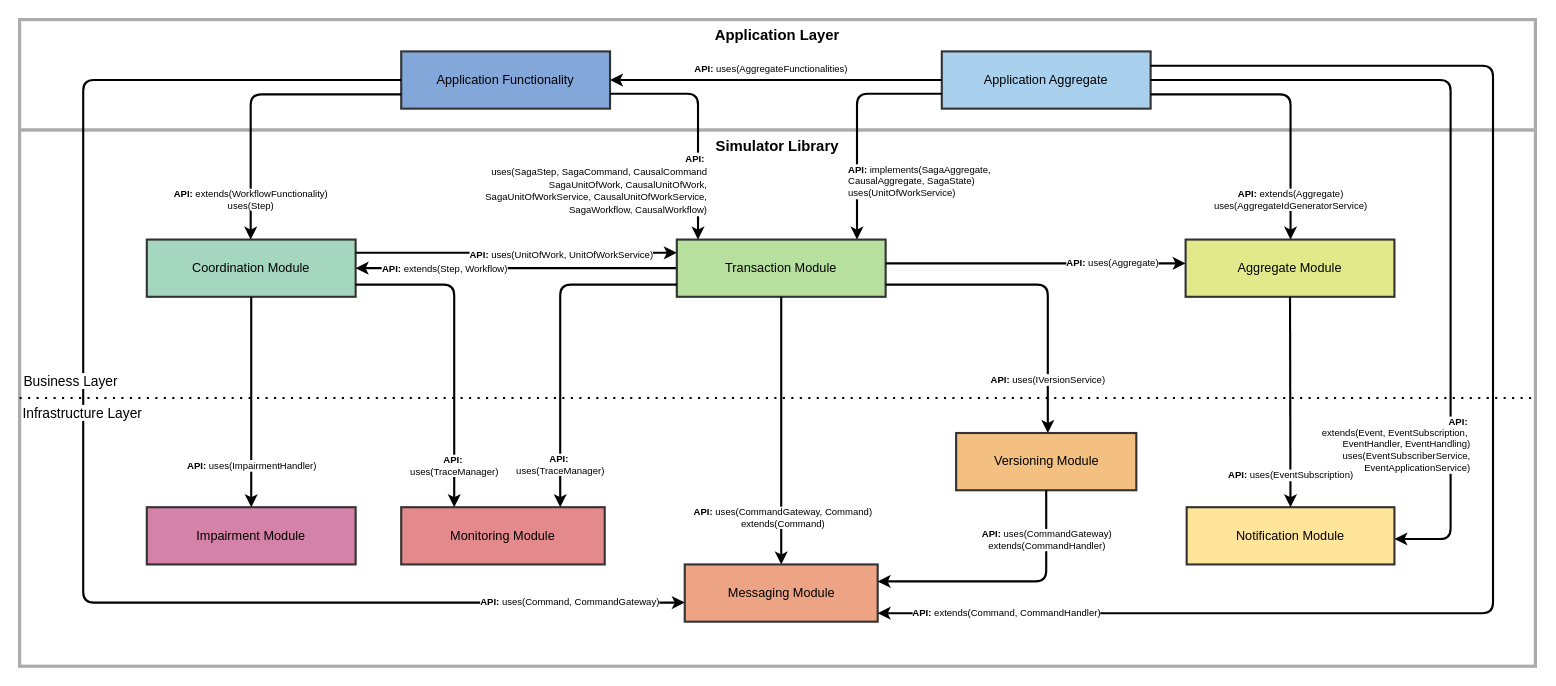
This is data/figs/architecture/layers/layers_with_apis_extends_uses.drawio from socialsoftware/microservices-simulator, a draw.io file, before an edit. Source tidied: cells renumbered, new cells numbered last; positions are measured from the earlier drawing's top-left corner, leaving out a move shared by most shapes. Both pictures are drawn from the tidied source at 106%, with x=0, y=0 at pixel (19, 19).
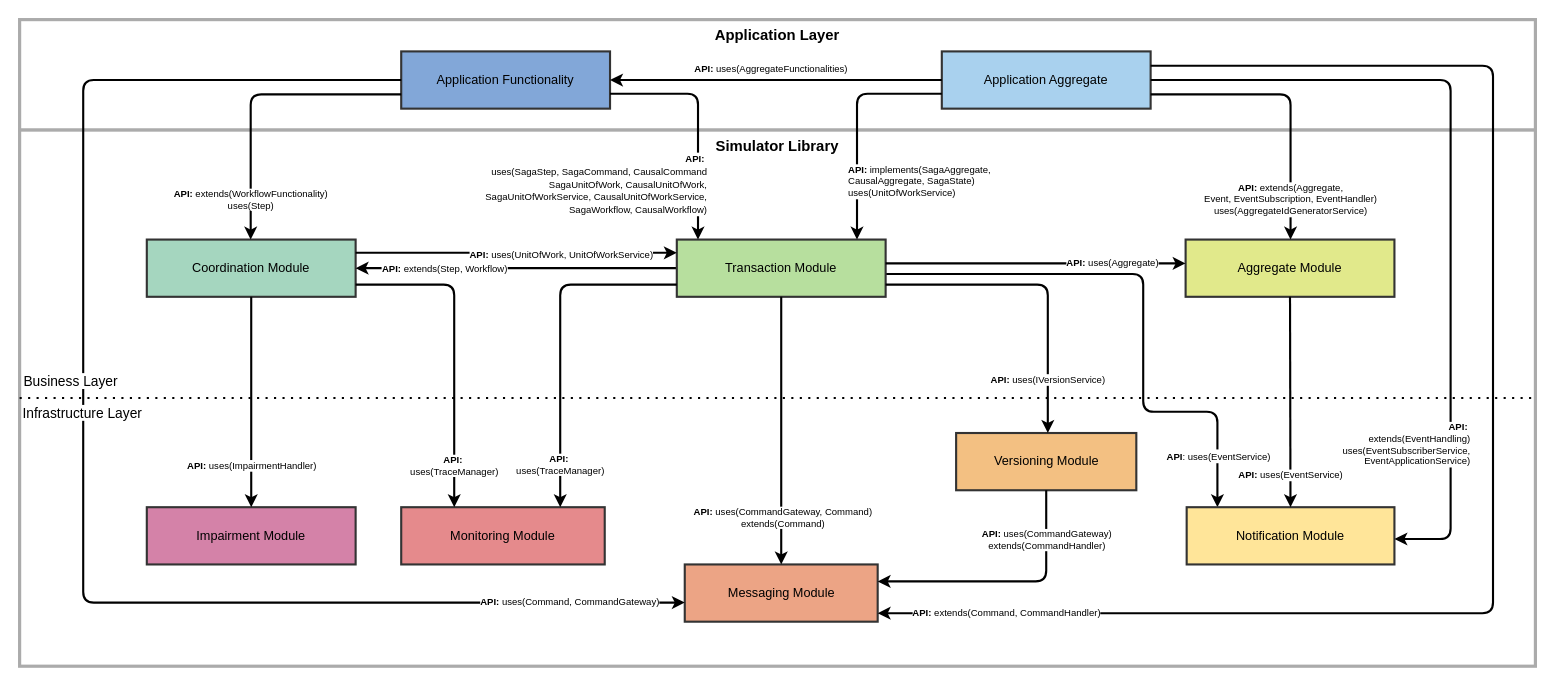
The same page after the edit.

The change refers to these unchanged cells:
```xml
<mxCell id="5" value="Application Aggregate" style="whiteSpace=wrap;strokeWidth=2;fillColor=#A9D1EE;strokeColor=#333333;labelBackgroundColor=none;labelBorderColor=none;textShadow=0;" parent="1" vertex="1">
  <mxGeometry x="870" y="30" width="197" height="54" as="geometry" />
</mxCell>
<mxCell id="9" value="Transaction Module" style="whiteSpace=wrap;strokeWidth=2;fillColor=#B7DF9E;strokeColor=#333333;labelBackgroundColor=none;labelBorderColor=none;textShadow=0;" parent="1" vertex="1">
  <mxGeometry x="620" y="207.5" width="197" height="54" as="geometry" />
</mxCell>
<mxCell id="10" value="Aggregate Module" style="whiteSpace=wrap;strokeWidth=2;fillColor=#E1E98B;strokeColor=#333333;labelBackgroundColor=none;labelBorderColor=none;textShadow=0;" parent="1" vertex="1">
  <mxGeometry x="1100" y="207.5" width="197" height="54" as="geometry" />
</mxCell>
<mxCell id="14" value="Notification Module" style="whiteSpace=wrap;strokeWidth=2;fillColor=#FFE599;strokeColor=#333333;labelBackgroundColor=none;labelBorderColor=none;textShadow=0;" parent="1" vertex="1">
  <mxGeometry x="1101" y="460" width="196" height="54" as="geometry" />
</mxCell>
```

Diff of the diagram source:
```diff
@@
+    <mxCell id="37" style="edgeStyle=orthogonalEdgeStyle;rounded=1;jettySize=auto;html=1;curved=0;strokeWidth=2;" parent="1" edge="1" source="9" target="14">
+      <mxGeometry relative="1" as="geometry">
+        <Array as="points">
+          <mxPoint x="1060" y="240" />
+          <mxPoint x="1060" y="370" />
+          <mxPoint x="1130" y="370" />
+        </Array>
+      </mxGeometry>
+    </mxCell>
+    <mxCell id="38" value="&lt;font style=&quot;font-size: 9px;&quot;&gt;&lt;b&gt;API&lt;/b&gt;: uses(EventService)&lt;/font&gt;" style="edgeLabel;html=1;align=center;verticalAlign=middle;" parent="37" vertex="1">
+      <mxGeometry x="0.78" relative="1" as="geometry">
+        <mxPoint y="10" as="offset" />
+      </mxGeometry>
+    </mxCell>
@@
-    <mxCell id="20" value="&lt;div style=&quot;&quot;&gt;&lt;b style=&quot;color: light-dark(rgb(0, 0, 0), rgb(255, 255, 255));&quot;&gt;API:&lt;/b&gt;&lt;span style=&quot;background-color: light-dark(#ffffff, var(--ge-dark-color, #121212)); color: light-dark(rgb(0, 0, 0), rgb(255, 255, 255));&quot;&gt;&amp;nbsp;&lt;/span&gt;&lt;/div&gt;&lt;div style=&quot;&quot;&gt;&lt;span style=&quot;background-color: light-dark(#ffffff, var(--ge-dark-color, #121212)); color: light-dark(rgb(0, 0, 0), rgb(255, 255, 255));&quot;&gt;extends(Event, EventSubscription,&amp;nbsp;&lt;/span&gt;&lt;/div&gt;&lt;div style=&quot;&quot;&gt;&lt;span style=&quot;background-color: light-dark(#ffffff, var(--ge-dark-color, #121212)); color: light-dark(rgb(0, 0, 0), rgb(255, 255, 255));&quot;&gt;EventHandler, EventHandling)&lt;/span&gt;&lt;/div&gt;&lt;div style=&quot;&quot;&gt;&lt;span style=&quot;background-color: light-dark(#ffffff, var(--ge-dark-color, #121212)); color: light-dark(rgb(0, 0, 0), rgb(255, 255, 255));&quot;&gt;uses(&lt;/span&gt;&lt;span style=&quot;background-color: light-dark(#ffffff, var(--ge-dark-color, #121212)); color: light-dark(rgb(0, 0, 0), rgb(255, 255, 255));&quot;&gt;EventSubscriberService,&lt;/span&gt;&lt;/div&gt;&lt;div style=&quot;&quot;&gt;&lt;span style=&quot;background-color: light-dark(#ffffff, var(--ge-dark-color, #121212)); color: light-dark(rgb(0, 0, 0), rgb(255, 255, 255));&quot;&gt;EventApplicationService)&lt;/span&gt;&lt;/div&gt;" style="startArrow=none;endArrow=classic;rounded=1;flowAnimation=0;shadow=0;jumpStyle=arc;edgeStyle=orthogonalEdgeStyle;endFill=1;strokeWidth=2;exitX=1;exitY=0.5;exitDx=0;exitDy=0;fontSize=9;html=1;align=right;" parent="1" edge="1" source="5" target="14">
+    <mxCell id="20" value="&lt;div style=&quot;&quot;&gt;&lt;b style=&quot;color: light-dark(rgb(0, 0, 0), rgb(255, 255, 255));&quot;&gt;API:&lt;/b&gt;&lt;span style=&quot;background-color: light-dark(#ffffff, var(--ge-dark-color, #121212)); color: light-dark(rgb(0, 0, 0), rgb(255, 255, 255));&quot;&gt;&amp;nbsp;&lt;/span&gt;&lt;/div&gt;&lt;div style=&quot;&quot;&gt;&lt;span style=&quot;background-color: light-dark(#ffffff, var(--ge-dark-color, #121212)); color: light-dark(rgb(0, 0, 0), rgb(255, 255, 255));&quot;&gt;extends(&lt;/span&gt;&lt;span style=&quot;background-color: light-dark(#ffffff, var(--ge-dark-color, #121212)); color: light-dark(rgb(0, 0, 0), rgb(255, 255, 255));&quot;&gt;EventHandling)&lt;/span&gt;&lt;/div&gt;&lt;div style=&quot;&quot;&gt;&lt;span style=&quot;background-color: light-dark(#ffffff, var(--ge-dark-color, #121212)); color: light-dark(rgb(0, 0, 0), rgb(255, 255, 255));&quot;&gt;uses(&lt;/span&gt;&lt;span style=&quot;background-color: light-dark(#ffffff, var(--ge-dark-color, #121212)); color: light-dark(rgb(0, 0, 0), rgb(255, 255, 255));&quot;&gt;EventSubscriberService,&lt;/span&gt;&lt;/div&gt;&lt;div style=&quot;&quot;&gt;&lt;span style=&quot;background-color: light-dark(#ffffff, var(--ge-dark-color, #121212)); color: light-dark(rgb(0, 0, 0), rgb(255, 255, 255));&quot;&gt;EventApplicationService)&lt;/span&gt;&lt;/div&gt;" style="startArrow=none;endArrow=classic;rounded=1;flowAnimation=0;shadow=0;jumpStyle=arc;edgeStyle=orthogonalEdgeStyle;endFill=1;strokeWidth=2;exitX=1;exitY=0.5;exitDx=0;exitDy=0;fontSize=9;html=1;align=right;" parent="1" edge="1" source="5" target="14">
       <mxGeometry x="0.63" y="20" relative="1" as="geometry">
         <Array as="points">
           <mxPoint x="1350" y="57" />
           <mxPoint x="1350" y="490" />
         </Array>
       </mxGeometry>
     </mxCell>
@@
-    <mxCell id="22" value="&lt;b&gt;API:&lt;/b&gt;&amp;nbsp;extends(Aggregate)&lt;div&gt;uses(AggregateIdGeneratorService)&lt;/div&gt;" style="startArrow=none;endArrow=classic;rounded=1;flowAnimation=0;shadow=0;jumpStyle=arc;endFill=1;strokeWidth=2;edgeStyle=orthogonalEdgeStyle;exitX=1;exitY=0.75;exitDx=0;exitDy=0;fontSize=9;html=1;" parent="1" edge="1" source="5" target="10">
+    <mxCell id="22" value="&lt;b&gt;API:&lt;/b&gt;&amp;nbsp;extends(Aggregate,&lt;div&gt;&lt;div style=&quot;text-align: right;&quot;&gt;&lt;span style=&quot;color: light-dark(rgb(0, 0, 0), rgb(255, 255, 255));&quot;&gt;Event, EventSubscription,&amp;nbsp;&lt;/span&gt;&lt;span style=&quot;color: light-dark(rgb(0, 0, 0), rgb(255, 255, 255)); background-color: light-dark(#ffffff, var(--ge-dark-color, #121212));&quot;&gt;EventHandler)&lt;/span&gt;&lt;/div&gt;&lt;div&gt;uses(AggregateIdGeneratorService)&lt;/div&gt;&lt;/div&gt;" style="startArrow=none;endArrow=classic;rounded=1;flowAnimation=0;shadow=0;jumpStyle=arc;endFill=1;strokeWidth=2;edgeStyle=orthogonalEdgeStyle;exitX=1;exitY=0.75;exitDx=0;exitDy=0;fontSize=9;html=1;" parent="1" edge="1" source="5" target="10">
       <mxGeometry x="0.72" relative="1" as="geometry">
         <Array as="points">
           <mxPoint x="1199" y="71" />
         </Array>
       </mxGeometry>
     </mxCell>
@@
-    <mxCell id="25" value="&lt;b&gt;API:&lt;/b&gt; uses(EventSubscription)" style="startArrow=none;endArrow=classic;exitX=0.5;exitY=1;rounded=1;flowAnimation=0;shadow=0;jumpStyle=arc;endFill=1;strokeWidth=2;fontSize=9;html=1;" parent="1" edge="1" source="10" target="14">
+    <mxCell id="25" value="&lt;b&gt;API:&lt;/b&gt; uses(EventService)" style="startArrow=none;endArrow=classic;exitX=0.5;exitY=1;rounded=1;flowAnimation=0;shadow=0;jumpStyle=arc;endFill=1;strokeWidth=2;fontSize=9;html=1;" parent="1" edge="1" source="10" target="14">
       <mxGeometry x="0.7" relative="1" as="geometry" />
     </mxCell>
```
